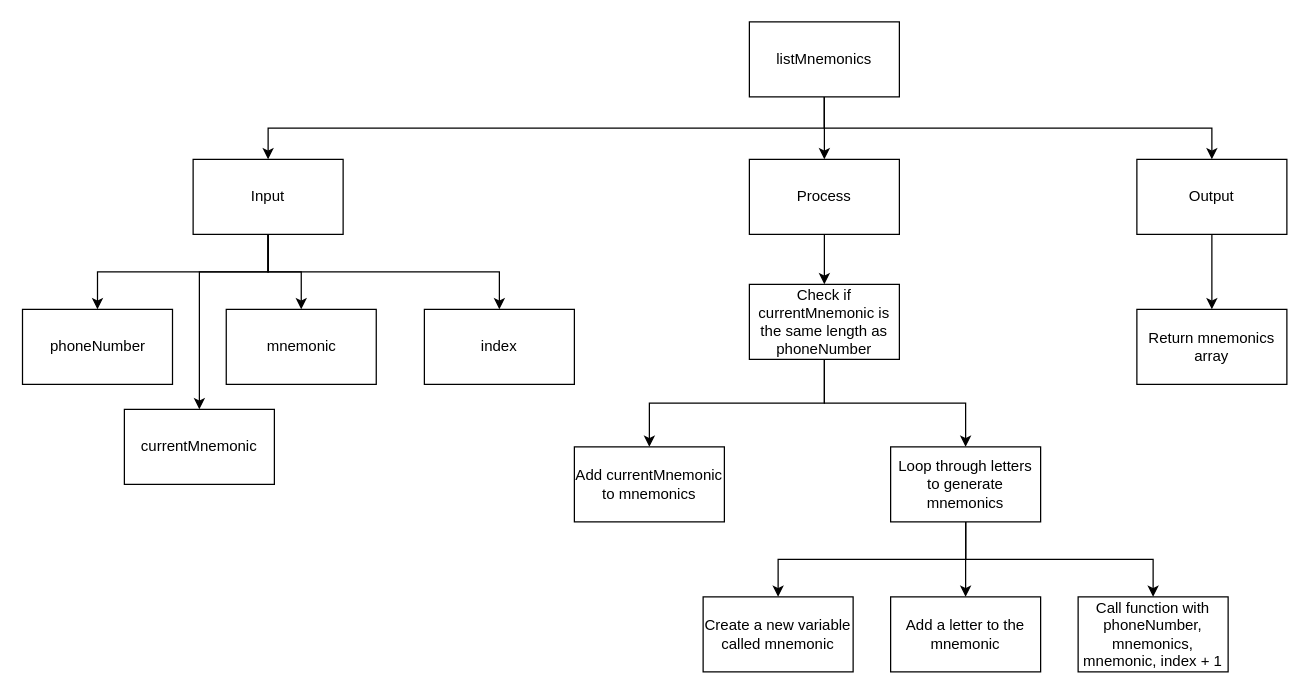
Above: Design/Assignment4-listMnemonics-Top-Down.drawio in dbcalitis/ics4u-assignment4-typescript (draw.io), before the change. Source tidied: cells renumbered, new cells numbered last; positions are measured from the earlier drawing's top-left corner, leaving out a move shared by most shapes. Both pictures are drawn from the tidied source at 125%, with x=0, y=0 at pixel (21, 21).
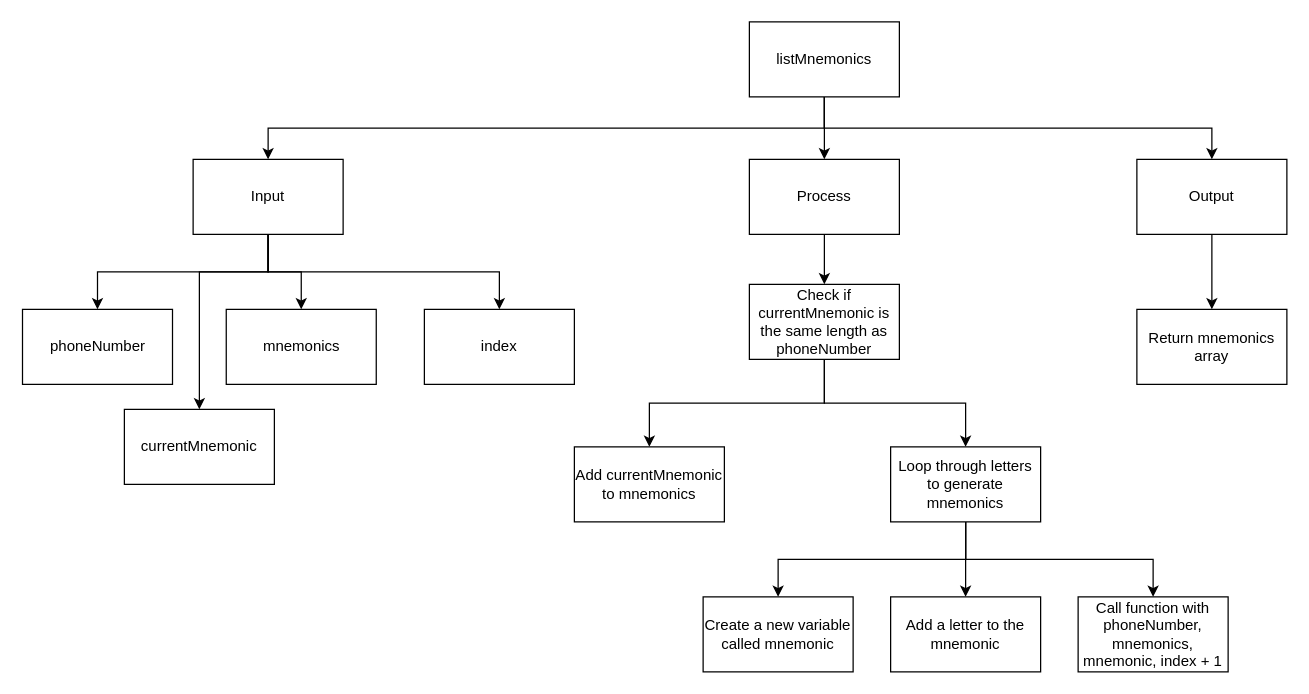
The same page after the edit.

Commit message (it also covers changes not shown here):
updated top down design

Diff of the diagram source:
```diff
@@
-    <mxCell id="17" value="mnemonic" style="rounded=0;whiteSpace=wrap;html=1;" parent="1" vertex="1">
+    <mxCell id="17" value="mnemonics" style="rounded=0;whiteSpace=wrap;html=1;" parent="1" vertex="1">
       <mxGeometry x="163.5" y="230" width="120" height="60" as="geometry" />
     </mxCell>
```
